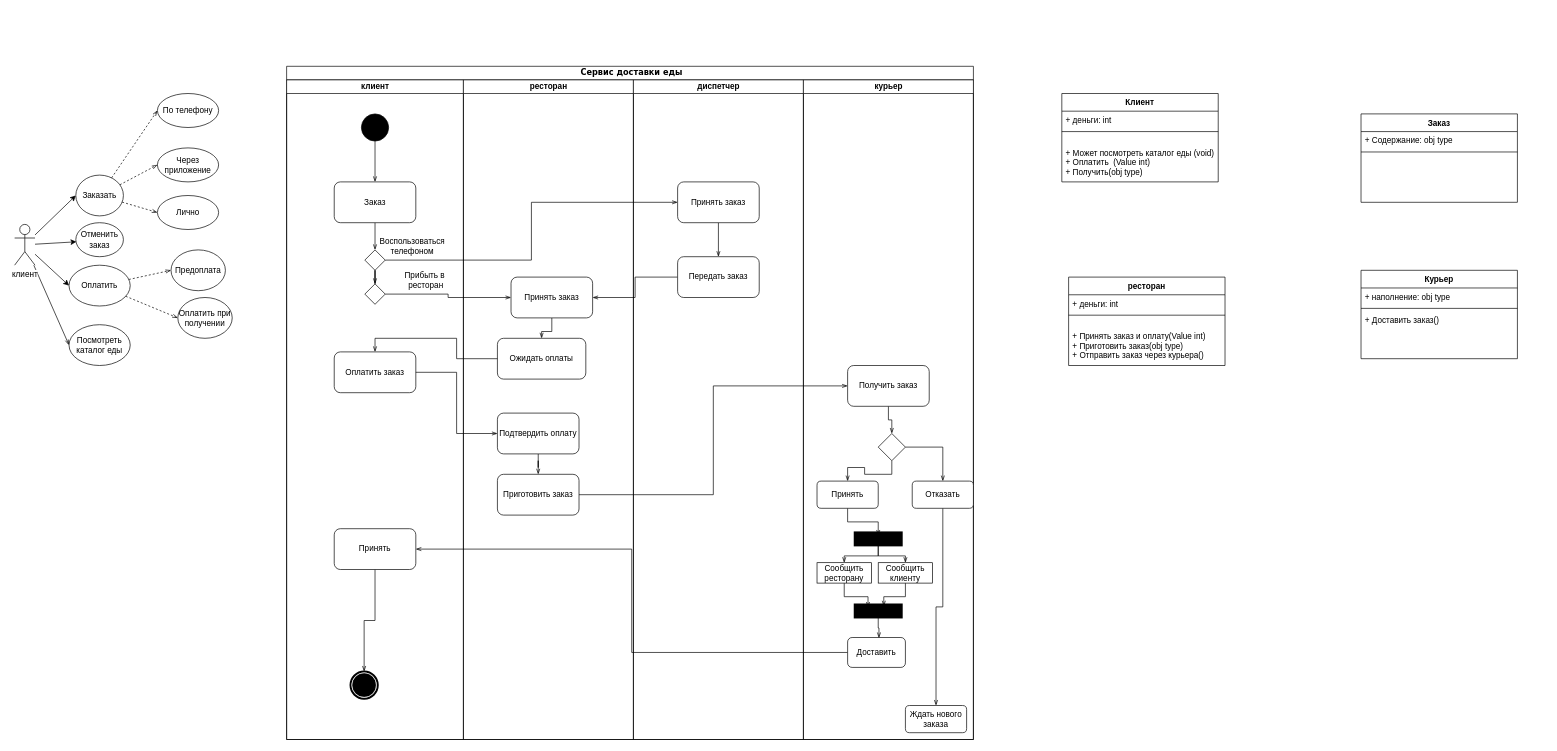
Before: Диаграмма без названия.drawio in RuLe0G/3D_scene, a draw.io diagram. Source tidied: cells renumbered, new cells numbered last; positions are measured from the earlier drawing's top-left corner, leaving out a move shared by most shapes. Both pictures are drawn from the tidied source at 68%, with x=0, y=0 at pixel (14, 66).
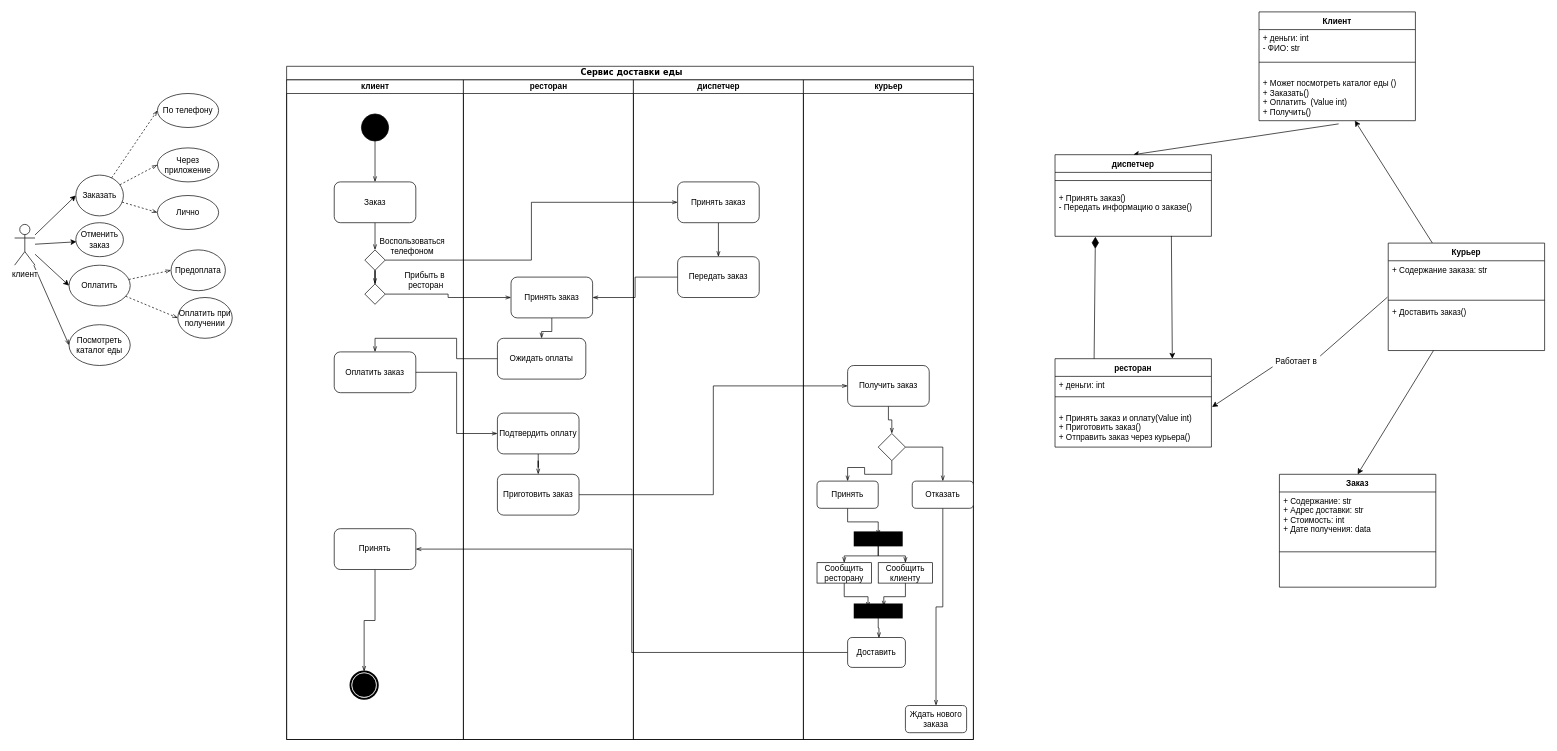
The same diagram, later.

The edit, as a diff of the source:
```diff
@@
+    <mxCell id="91" style="edgeStyle=none;rounded=0;jettySize=auto;html=1;entryX=0.5;entryY=0;entryDx=0;entryDy=0;endArrow=classic;endFill=1;exitX=0.509;exitY=1.057;exitDx=0;exitDy=0;exitPerimeter=0;" parent="1" edge="1" source="78" target="97">
+      <mxGeometry relative="1" as="geometry" />
+    </mxCell>
     <mxCell id="75" value="Клиент" style="swimlane;fontStyle=1;align=center;verticalAlign=top;horizontal=1;startSize=26;strokeWidth=1;" parent="1" vertex="1">
-      <mxGeometry x="1540" y="40" width="230" height="130" as="geometry" />
+      <mxGeometry x="1830" y="-80" width="230" height="160" as="geometry" />
     </mxCell>
-    <mxCell id="76" value="+ деньги: int&#10;" style="text;strokeColor=none;fillColor=none;align=left;verticalAlign=top;spacingLeft=4;spacingRight=4;overflow=hidden;" parent="75" vertex="1">
-      <mxGeometry y="26" width="230" height="26" as="geometry" />
+    <mxCell id="76" value="+ деньги: int&#10;- ФИО: str&#10;" style="text;strokeColor=none;fillColor=none;align=left;verticalAlign=top;spacingLeft=4;spacingRight=4;overflow=hidden;" parent="75" vertex="1">
+      <mxGeometry y="26" width="230" height="44" as="geometry" />
     </mxCell>
     <mxCell id="77" style="line;strokeWidth=1;fillColor=none;align=left;verticalAlign=middle;spacingTop=-1;spacingLeft=3;spacingRight=3;labelPosition=right;" parent="75" vertex="1">
-      <mxGeometry y="52" width="230" height="8" as="geometry" />
+      <mxGeometry y="70" width="230" height="8" as="geometry" />
     </mxCell>
-    <mxCell id="78" value="&#10;+ Может посмотреть каталог еды (void)&#10;+ Оплатить  (Value int)&#10;+ Получить(obj type)&#10;&#10;&#10;" style="text;strokeColor=none;fillColor=none;align=left;verticalAlign=top;spacingLeft=4;spacingRight=4;overflow=hidden;points=[[0,0.5],[1,0.5]];portConstraint=eastwest;" parent="75" vertex="1">
-      <mxGeometry y="60" width="230" height="70" as="geometry" />
+    <mxCell id="78" value="&#10;+ Может посмотреть каталог еды ()&#10;+ Заказать()&#10;+ Оплатить  (Value int)&#10;+ Получить()&#10;&#10;&#10;" style="text;strokeColor=none;fillColor=none;align=left;verticalAlign=top;spacingLeft=4;spacingRight=4;overflow=hidden;points=[[0,0.5],[1,0.5]];portConstraint=eastwest;" parent="75" vertex="1">
+      <mxGeometry y="78" width="230" height="82" as="geometry" />
     </mxCell>
     <mxCell id="79" value="Заказ" style="swimlane;fontStyle=1;align=center;verticalAlign=top;horizontal=1;startSize=26;strokeWidth=1;" parent="1" vertex="1">
-      <mxGeometry x="1980" y="70" width="230" height="130" as="geometry" />
+      <mxGeometry x="1860" y="600" width="230" height="166" as="geometry" />
     </mxCell>
-    <mxCell id="80" value="+ Содержание: obj type&#10;" style="text;strokeColor=none;fillColor=none;align=left;verticalAlign=top;spacingLeft=4;spacingRight=4;overflow=hidden;" parent="79" vertex="1">
-      <mxGeometry y="26" width="230" height="26" as="geometry" />
+    <mxCell id="80" value="+ Содержание: str&#10;+ Адрес доставки: str&#10;+ Стоимость: int&#10;+ Дате получения: data" style="text;strokeColor=none;fillColor=none;align=left;verticalAlign=top;spacingLeft=4;spacingRight=4;overflow=hidden;" parent="79" vertex="1">
+      <mxGeometry y="26" width="230" height="84" as="geometry" />
     </mxCell>
     <mxCell id="81" style="line;strokeWidth=1;fillColor=none;align=left;verticalAlign=middle;spacingTop=-1;spacingLeft=3;spacingRight=3;labelPosition=right;" parent="79" vertex="1">
-      <mxGeometry y="52" width="230" height="8" as="geometry" />
+      <mxGeometry y="110" width="230" height="8" as="geometry" />
     </mxCell>
     <mxCell id="82" value="&#10;" style="text;strokeColor=none;fillColor=none;align=left;verticalAlign=top;spacingLeft=4;spacingRight=4;overflow=hidden;" parent="79" vertex="1">
-      <mxGeometry y="60" width="230" height="70" as="geometry" />
+      <mxGeometry y="118" width="230" height="48" as="geometry" />
     </mxCell>
     <mxCell id="83" value="ресторан" style="swimlane;fontStyle=1;align=center;verticalAlign=top;horizontal=1;startSize=26;strokeWidth=1;" parent="1" vertex="1">
-      <mxGeometry x="1550" y="310" width="230" height="130" as="geometry" />
+      <mxGeometry x="1530" y="430" width="230" height="130" as="geometry" />
     </mxCell>
@@
-    <mxCell id="86" value="&#10;+ Принять заказ и оплату(Value int)&#10;+ Приготовить заказ(obj type)&#10;+ Отправить заказ через курьера()" style="text;strokeColor=none;fillColor=none;align=left;verticalAlign=top;spacingLeft=4;spacingRight=4;overflow=hidden;points=[[0,0.5],[1,0.5]];portConstraint=eastwest;" parent="83" vertex="1">
+    <mxCell id="86" value="&#10;+ Принять заказ и оплату(Value int)&#10;+ Приготовить заказ()&#10;+ Отправить заказ через курьера()" style="text;strokeColor=none;fillColor=none;align=left;verticalAlign=top;spacingLeft=4;spacingRight=4;overflow=hidden;points=[[0,0.5],[1,0.5]];portConstraint=eastwest;" parent="83" vertex="1">
       <mxGeometry y="60" width="230" height="70" as="geometry" />
     </mxCell>
+    <mxCell id="92" style="edgeStyle=none;rounded=0;jettySize=auto;html=1;entryX=0.5;entryY=0;entryDx=0;entryDy=0;endArrow=classic;endFill=1;" parent="1" edge="1" source="87" target="79">
+      <mxGeometry relative="1" as="geometry" />
+    </mxCell>
+    <mxCell id="93" style="edgeStyle=none;rounded=0;jettySize=auto;html=1;endArrow=classic;endFill=1;endSize=6;" parent="1" edge="1" source="87" target="78">
+      <mxGeometry relative="1" as="geometry" />
+    </mxCell>
     <mxCell id="87" value="Курьер" style="swimlane;fontStyle=1;align=center;verticalAlign=top;horizontal=1;startSize=26;strokeWidth=1;" parent="1" vertex="1">
-      <mxGeometry x="1980" y="300" width="230" height="130" as="geometry" />
+      <mxGeometry x="2020" y="260" width="230" height="158" as="geometry" />
     </mxCell>
-    <mxCell id="88" value="+ наполнение: obj type" style="text;strokeColor=none;fillColor=none;align=left;verticalAlign=top;spacingLeft=4;spacingRight=4;overflow=hidden;points=[[0,0.5],[1,0.5]];portConstraint=eastwest;" parent="87" vertex="1">
-      <mxGeometry y="26" width="230" height="26" as="geometry" />
+    <mxCell id="88" value="+ Содержание заказа: str" style="text;strokeColor=none;fillColor=none;align=left;verticalAlign=top;spacingLeft=4;spacingRight=4;overflow=hidden;points=[[0,0.5],[1,0.5]];portConstraint=eastwest;" parent="87" vertex="1">
+      <mxGeometry y="26" width="230" height="54" as="geometry" />
     </mxCell>
     <mxCell id="89" style="line;strokeWidth=1;fillColor=none;align=left;verticalAlign=middle;spacingTop=-1;spacingLeft=3;spacingRight=3;labelPosition=right;" parent="87" vertex="1">
-      <mxGeometry y="52" width="230" height="8" as="geometry" />
+      <mxGeometry y="80" width="230" height="8" as="geometry" />
     </mxCell>
     <mxCell id="90" value="+ Доставить заказ()&#10;" style="text;strokeColor=none;fillColor=none;align=left;verticalAlign=top;spacingLeft=4;spacingRight=4;overflow=hidden;" parent="87" vertex="1">
-      <mxGeometry y="60" width="230" height="70" as="geometry" />
+      <mxGeometry y="88" width="230" height="70" as="geometry" />
     </mxCell>
+    <mxCell id="94" style="endArrow=classic;html=1;entryX=1.004;entryY=0.157;entryDx=0;entryDy=0;entryPerimeter=0;exitX=0;exitY=0.75;exitDx=0;exitDy=0;" parent="1" edge="1" source="95" target="86">
+      <mxGeometry relative="1" as="geometry" />
+    </mxCell>
+    <mxCell id="95" value="Работает в" style="text;html=1;strokeColor=none;fillColor=none;align=center;verticalAlign=middle;whiteSpace=wrap;rounded=0;" parent="1" vertex="1">
+      <mxGeometry x="1850" y="418" width="70" height="32" as="geometry" />
+    </mxCell>
+    <mxCell id="96" style="endArrow=none;html=1;entryX=1;entryY=0.25;entryDx=0;entryDy=0;endFill=0;exitX=-0.005;exitY=0.991;exitDx=0;exitDy=0;exitPerimeter=0;" parent="1" edge="1" source="88" target="95">
+      <mxGeometry relative="1" as="geometry" />
+    </mxCell>
+    <mxCell id="97" value="диспетчер" style="swimlane;fontStyle=1;align=center;verticalAlign=top;horizontal=1;startSize=26;strokeWidth=1;" parent="1" vertex="1">
+      <mxGeometry x="1530" y="130" width="230" height="120" as="geometry" />
+    </mxCell>
+    <mxCell id="98" style="line;strokeWidth=1;fillColor=none;align=left;verticalAlign=middle;spacingTop=-1;spacingLeft=3;spacingRight=3;labelPosition=right;" parent="97" vertex="1">
+      <mxGeometry y="26" width="230" height="24" as="geometry" />
+    </mxCell>
+    <mxCell id="99" value="+ Принять заказ()&#10;- Передать информацию о заказе()&#10;&#10;" style="text;strokeColor=none;fillColor=none;align=left;verticalAlign=top;spacingLeft=4;spacingRight=4;overflow=hidden;points=[[0,0.5],[1,0.5]];portConstraint=eastwest;" parent="97" vertex="1">
+      <mxGeometry y="50" width="230" height="70" as="geometry" />
+    </mxCell>
+    <mxCell id="100" style="endArrow=diamondThin;html=1;exitX=0.25;exitY=0;exitDx=0;exitDy=0;entryX=0.258;entryY=1.008;entryDx=0;entryDy=0;entryPerimeter=0;endFill=1;endSize=15;" parent="1" edge="1" source="83" target="99">
+      <mxGeometry relative="1" as="geometry" />
+    </mxCell>
+    <mxCell id="101" style="endArrow=classic;html=1;exitX=0.744;exitY=0.992;exitDx=0;exitDy=0;exitPerimeter=0;entryX=0.75;entryY=0;entryDx=0;entryDy=0;" parent="1" edge="1" source="99" target="83">
+      <mxGeometry relative="1" as="geometry" />
+    </mxCell>
```
